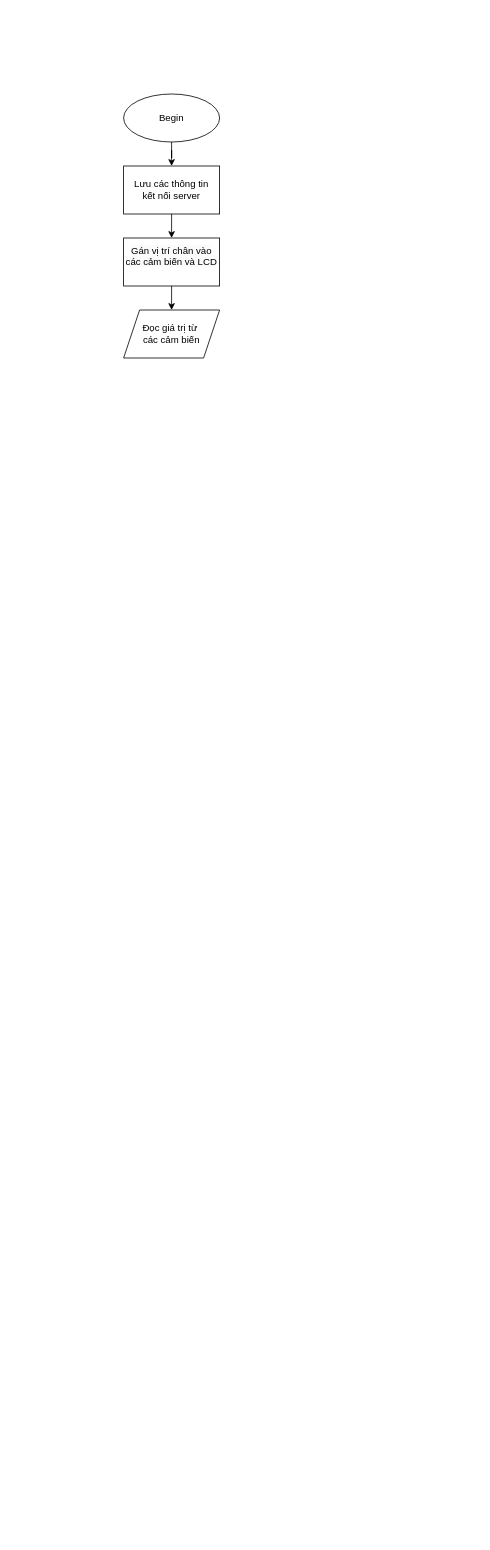
Earlier version of the draw.io diagram IoTB3_flowchart.drawio (itismedinh/itismedinh-github). Source tidied: cells renumbered, new cells numbered last; positions are measured from the earlier drawing's top-left corner, leaving out a move shared by most shapes. Both pictures are drawn from the tidied source at 80%, with x=0, y=0 at pixel (123, 94).
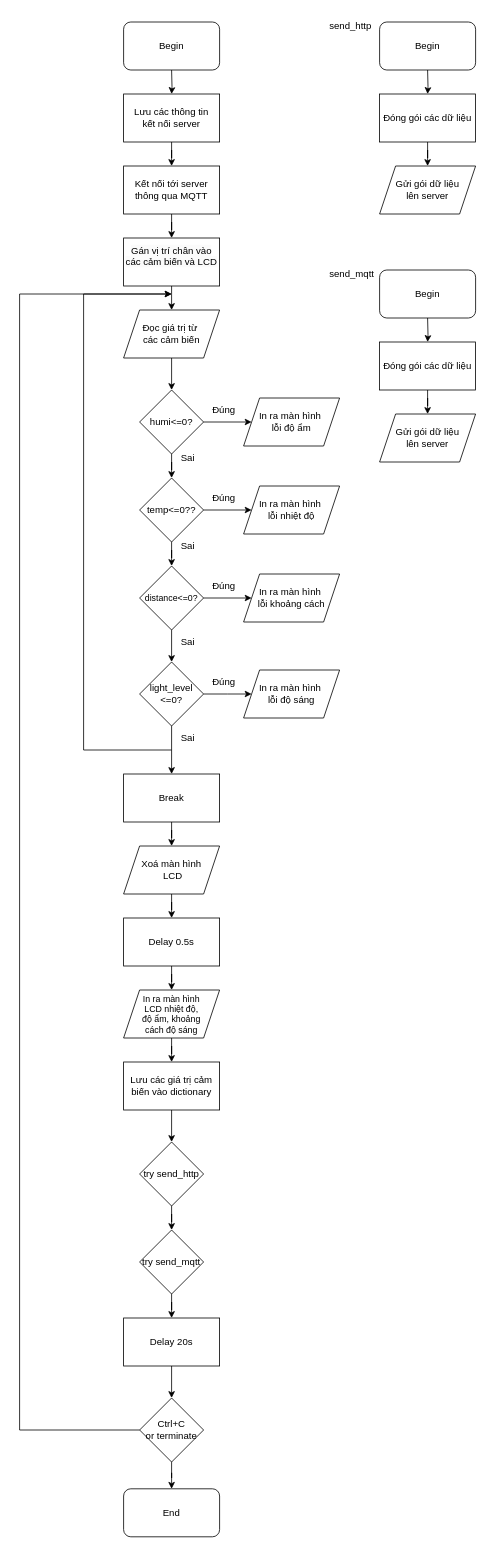
The same diagram, later.

The change refers to these unchanged cells:
```xml
<mxCell id="3" value="&#10;&lt;span style=&quot;color: rgb(0, 0, 0); font-family: Helvetica; font-size: 12px; font-style: normal; font-variant-ligatures: normal; font-variant-caps: normal; font-weight: 400; letter-spacing: normal; orphans: 2; text-align: center; text-indent: 0px; text-transform: none; widows: 2; word-spacing: 0px; -webkit-text-stroke-width: 0px; white-space: normal; background-color: rgb(251, 251, 251); text-decoration-thickness: initial; text-decoration-style: initial; text-decoration-color: initial; display: inline !important; float: none;&quot;&gt;Gán vị trí chân vào các cảm biến và LCD&lt;/span&gt;&#10;&#10;" style="rounded=0;whiteSpace=wrap;html=1;" parent="1" vertex="1">
  <mxGeometry y="180" width="120" height="60" as="geometry" />
</mxCell>
<mxCell id="8" value="Đọc giá trị&amp;nbsp;&lt;span style=&quot;background-color: initial;&quot;&gt;từ&amp;nbsp;&lt;/span&gt;&lt;div&gt;&lt;span style=&quot;background-color: initial;&quot;&gt;các cảm biến&lt;/span&gt;&lt;/div&gt;" style="shape=parallelogram;perimeter=parallelogramPerimeter;whiteSpace=wrap;html=1;fixedSize=1;" parent="1" vertex="1">
  <mxGeometry y="270" width="120" height="60" as="geometry" />
</mxCell>
```

What changed in the source:
```diff
@@
-    <mxCell id="2" style="edgeStyle=orthogonalEdgeStyle;rounded=0;jettySize=auto;html=1;" parent="1" edge="1" source="3">
-      <mxGeometry relative="1" as="geometry">
-        <mxPoint x="60" y="270" as="targetPoint" />
-      </mxGeometry>
-    </mxCell>
@@
-    <mxCell id="4" style="edgeStyle=orthogonalEdgeStyle;rounded=0;jettySize=auto;html=1;" parent="1" edge="1" source="5" target="3">
-      <mxGeometry relative="1" as="geometry">
-        <Array as="points">
-          <mxPoint x="60" y="160" />
-          <mxPoint x="60" y="160" />
-        </Array>
-      </mxGeometry>
-    </mxCell>
+    <mxCell id="9" style="edgeStyle=orthogonalEdgeStyle;rounded=0;jettySize=auto;html=1;" parent="1" edge="1" source="5" target="24">
+      <mxGeometry relative="1" as="geometry" />
+    </mxCell>
     <mxCell id="5" value="Lưu các thông tin&lt;div&gt;kết&amp;nbsp;&lt;span style=&quot;background-color: initial;&quot;&gt;nối server&lt;/span&gt;&lt;/div&gt;" style="rounded=0;whiteSpace=wrap;html=1;" parent="1" vertex="1">
-      <mxGeometry y="90" width="120" height="60" as="geometry" />
+      <mxGeometry width="120" height="60" as="geometry" />
     </mxCell>
-    <mxCell id="6" style="edgeStyle=orthogonalEdgeStyle;rounded=0;jettySize=auto;html=1;" parent="1" edge="1" source="7" target="5">
-      <mxGeometry relative="1" as="geometry" />
+    <mxCell id="6" style="edgeStyle=orthogonalEdgeStyle;rounded=0;jettySize=auto;html=1;" parent="1" edge="1" target="5">
+      <mxGeometry relative="1" as="geometry">
+        <mxPoint x="60" y="-30" as="sourcePoint" />
+      </mxGeometry>
     </mxCell>
-    <mxCell id="7" value="Begin" style="ellipse;whiteSpace=wrap;html=1;" parent="1" vertex="1">
-      <mxGeometry width="120" height="60" as="geometry" />
-    </mxCell>
+    <mxCell id="10" value="Begin" style="rounded=1;whiteSpace=wrap;html=1;" parent="1" vertex="1">
+      <mxGeometry y="-90" width="120" height="60" as="geometry" />
+    </mxCell>
+    <mxCell id="11" style="edgeStyle=orthogonalEdgeStyle;rounded=0;jettySize=auto;html=1;" parent="1" edge="1" source="12" target="16">
+      <mxGeometry relative="1" as="geometry" />
+    </mxCell>
+    <mxCell id="12" value="Đóng gói các dữ liệu" style="rounded=0;whiteSpace=wrap;html=1;" parent="1" vertex="1">
+      <mxGeometry x="320" width="120" height="60" as="geometry" />
+    </mxCell>
+    <mxCell id="13" style="edgeStyle=orthogonalEdgeStyle;rounded=0;jettySize=auto;html=1;" parent="1" edge="1" target="12">
+      <mxGeometry relative="1" as="geometry">
+        <mxPoint x="380" y="-30" as="sourcePoint" />
+      </mxGeometry>
+    </mxCell>
+    <mxCell id="14" value="Begin" style="rounded=1;whiteSpace=wrap;html=1;" parent="1" vertex="1">
+      <mxGeometry x="320" y="-90" width="120" height="60" as="geometry" />
+    </mxCell>
+    <mxCell id="15" value="send_http&amp;nbsp;" style="text;html=1;align=center;verticalAlign=middle;strokeColor=none;fillColor=none;" parent="1" vertex="1">
+      <mxGeometry x="245" y="-100" width="80" height="30" as="geometry" />
+    </mxCell>
+    <mxCell id="16" value="Gửi gói dữ liệu&lt;div&gt;lên server&lt;/div&gt;" style="shape=parallelogram;perimeter=parallelogramPerimeter;whiteSpace=wrap;html=1;fixedSize=1;" parent="1" vertex="1">
+      <mxGeometry x="320" y="90" width="120" height="60" as="geometry" />
+    </mxCell>
+    <mxCell id="17" style="edgeStyle=orthogonalEdgeStyle;rounded=0;jettySize=auto;html=1;" parent="1" edge="1" source="18" target="22">
+      <mxGeometry relative="1" as="geometry" />
+    </mxCell>
+    <mxCell id="18" value="Đóng gói các dữ liệu" style="rounded=0;whiteSpace=wrap;html=1;" parent="1" vertex="1">
+      <mxGeometry x="320" y="310" width="120" height="60" as="geometry" />
+    </mxCell>
+    <mxCell id="19" style="edgeStyle=orthogonalEdgeStyle;rounded=0;jettySize=auto;html=1;" parent="1" edge="1" target="18">
+      <mxGeometry relative="1" as="geometry">
+        <mxPoint x="380" y="280" as="sourcePoint" />
+      </mxGeometry>
+    </mxCell>
+    <mxCell id="20" value="Begin" style="rounded=1;whiteSpace=wrap;html=1;" parent="1" vertex="1">
+      <mxGeometry x="320" y="220" width="120" height="60" as="geometry" />
+    </mxCell>
+    <mxCell id="21" value="send_mqtt" style="text;html=1;align=center;verticalAlign=middle;strokeColor=none;fillColor=none;" parent="1" vertex="1">
+      <mxGeometry x="245" y="210" width="80" height="30" as="geometry" />
+    </mxCell>
+    <mxCell id="22" value="Gửi gói dữ liệu&lt;div&gt;lên server&lt;/div&gt;" style="shape=parallelogram;perimeter=parallelogramPerimeter;whiteSpace=wrap;html=1;fixedSize=1;" parent="1" vertex="1">
+      <mxGeometry x="320" y="400" width="120" height="60" as="geometry" />
+    </mxCell>
+    <mxCell id="23" style="edgeStyle=orthogonalEdgeStyle;rounded=0;jettySize=auto;html=1;" parent="1" edge="1" source="24" target="3">
+      <mxGeometry relative="1" as="geometry" />
+    </mxCell>
+    <mxCell id="24" value="Kết nối tới server&lt;div&gt;thông qua MQTT&lt;/div&gt;" style="rounded=0;whiteSpace=wrap;html=1;" parent="1" vertex="1">
+      <mxGeometry y="90" width="120" height="60" as="geometry" />
+    </mxCell>
+    <mxCell id="25" style="edgeStyle=orthogonalEdgeStyle;rounded=0;orthogonalLoop=1;jettySize=auto;html=1;" parent="1" edge="1">
+      <mxGeometry relative="1" as="geometry">
+        <mxPoint x="60" y="240" as="sourcePoint" />
+        <mxPoint x="60" y="270" as="targetPoint" />
+      </mxGeometry>
+    </mxCell>
+    <mxCell id="26" style="edgeStyle=orthogonalEdgeStyle;rounded=0;jettySize=auto;html=1;" parent="1" edge="1" source="8">
+      <mxGeometry relative="1" as="geometry">
+        <mxPoint x="60" y="370" as="targetPoint" />
+      </mxGeometry>
+    </mxCell>
@@
+    <mxCell id="27" style="edgeStyle=orthogonalEdgeStyle;rounded=0;jettySize=auto;html=1;" parent="1" edge="1" source="28" target="70">
+      <mxGeometry relative="1" as="geometry" />
+    </mxCell>
+    <mxCell id="28" value="Delay 20s" style="rounded=0;whiteSpace=wrap;html=1;" parent="1" vertex="1">
+      <mxGeometry y="1530" width="120" height="60" as="geometry" />
+    </mxCell>
+    <mxCell id="29" value="End" style="rounded=1;whiteSpace=wrap;html=1;" parent="1" vertex="1">
+      <mxGeometry y="1743.5" width="120" height="60" as="geometry" />
+    </mxCell>
+    <mxCell id="30" style="edgeStyle=orthogonalEdgeStyle;rounded=0;jettySize=auto;html=1;" parent="1" edge="1" source="31" target="40">
+      <mxGeometry relative="1" as="geometry" />
+    </mxCell>
+    <mxCell id="31" value="&lt;p style=&quot;line-height: 120%;&quot;&gt;&lt;font style=&quot;font-size: 11px;&quot;&gt;distance&amp;lt;=0?&lt;/font&gt;&lt;/p&gt;" style="rhombus;whiteSpace=wrap;html=1;" parent="1" vertex="1">
+      <mxGeometry x="20" y="590" width="80" height="80" as="geometry" />
+    </mxCell>
+    <mxCell id="32" style="edgeStyle=orthogonalEdgeStyle;rounded=0;jettySize=auto;html=1;" parent="1" edge="1" source="33" target="35">
+      <mxGeometry relative="1" as="geometry" />
+    </mxCell>
+    <mxCell id="33" value="humi&amp;lt;=0?" style="rhombus;whiteSpace=wrap;html=1;" parent="1" vertex="1">
+      <mxGeometry x="20" y="370" width="80" height="80" as="geometry" />
+    </mxCell>
+    <mxCell id="34" style="edgeStyle=orthogonalEdgeStyle;rounded=0;jettySize=auto;html=1;" parent="1" edge="1" source="35" target="31">
+      <mxGeometry relative="1" as="geometry" />
+    </mxCell>
+    <mxCell id="35" value="temp&amp;lt;=0??" style="rhombus;whiteSpace=wrap;html=1;" parent="1" vertex="1">
+      <mxGeometry x="20" y="480" width="80" height="80" as="geometry" />
+    </mxCell>
+    <mxCell id="36" style="edgeStyle=orthogonalEdgeStyle;rounded=0;jettySize=auto;html=1;" parent="1" edge="1" source="37" target="62">
+      <mxGeometry relative="1" as="geometry" />
+    </mxCell>
+    <mxCell id="37" value="Delay 0.5s" style="rounded=0;whiteSpace=wrap;html=1;" parent="1" vertex="1">
+      <mxGeometry y="1030" width="120" height="60" as="geometry" />
+    </mxCell>
+    <mxCell id="38" style="edgeStyle=orthogonalEdgeStyle;rounded=0;jettySize=auto;html=1;" parent="1" edge="1" source="40" target="42">
+      <mxGeometry relative="1" as="geometry">
+        <Array as="points">
+          <mxPoint x="60" y="820" />
+          <mxPoint x="60" y="820" />
+        </Array>
+      </mxGeometry>
+    </mxCell>
+    <mxCell id="39" style="edgeStyle=orthogonalEdgeStyle;rounded=0;jettySize=auto;html=1;" parent="1" edge="1" source="40">
+      <mxGeometry relative="1" as="geometry">
+        <mxPoint x="160" y="750" as="targetPoint" />
+      </mxGeometry>
+    </mxCell>
+    <mxCell id="40" value="light_level&lt;div&gt;&amp;lt;=0?&lt;/div&gt;" style="rhombus;whiteSpace=wrap;html=1;" parent="1" vertex="1">
+      <mxGeometry x="20" y="710" width="80" height="80" as="geometry" />
+    </mxCell>
+    <mxCell id="41" style="edgeStyle=orthogonalEdgeStyle;rounded=0;jettySize=auto;html=1;" parent="1" edge="1" source="42" target="60">
+      <mxGeometry relative="1" as="geometry" />
+    </mxCell>
+    <mxCell id="42" value="Break" style="rounded=0;whiteSpace=wrap;html=1;" parent="1" vertex="1">
+      <mxGeometry y="850" width="120" height="60" as="geometry" />
+    </mxCell>
+    <mxCell id="43" style="endArrow=classic;html=1;rounded=0;" parent="1" edge="1">
+      <mxGeometry relative="1" as="geometry">
+        <mxPoint x="60" y="820" as="sourcePoint" />
+        <mxPoint x="60" y="250" as="targetPoint" />
+        <Array as="points">
+          <mxPoint x="-50" y="820" />
+          <mxPoint x="-50" y="250" />
+        </Array>
+      </mxGeometry>
+    </mxCell>
+    <mxCell id="44" value="Sai" style="text;html=1;align=center;verticalAlign=middle;strokeColor=none;fillColor=none;" parent="1" vertex="1">
+      <mxGeometry x="60" y="790" width="40" height="30" as="geometry" />
+    </mxCell>
+    <mxCell id="45" value="Đúng" style="text;html=1;align=center;verticalAlign=middle;strokeColor=none;fillColor=none;" parent="1" vertex="1">
+      <mxGeometry x="100" y="720" width="50" height="30" as="geometry" />
+    </mxCell>
+    <mxCell id="46" style="edgeStyle=orthogonalEdgeStyle;rounded=0;orthogonalLoop=1;jettySize=auto;html=1;" parent="1" edge="1">
+      <mxGeometry relative="1" as="geometry">
+        <mxPoint x="100" y="630" as="sourcePoint" />
+        <mxPoint x="160" y="630" as="targetPoint" />
+      </mxGeometry>
+    </mxCell>
+    <mxCell id="47" value="Đúng" style="text;html=1;align=center;verticalAlign=middle;strokeColor=none;fillColor=none;" parent="1" vertex="1">
+      <mxGeometry x="100" y="600" width="50" height="30" as="geometry" />
+    </mxCell>
+    <mxCell id="48" style="edgeStyle=orthogonalEdgeStyle;rounded=0;orthogonalLoop=1;jettySize=auto;html=1;" parent="1" edge="1">
+      <mxGeometry relative="1" as="geometry">
+        <mxPoint x="100" y="520" as="sourcePoint" />
+        <mxPoint x="160" y="520" as="targetPoint" />
+      </mxGeometry>
+    </mxCell>
+    <mxCell id="49" value="Đúng" style="text;html=1;align=center;verticalAlign=middle;strokeColor=none;fillColor=none;" parent="1" vertex="1">
+      <mxGeometry x="100" y="490" width="50" height="30" as="geometry" />
+    </mxCell>
+    <mxCell id="50" style="edgeStyle=orthogonalEdgeStyle;rounded=0;orthogonalLoop=1;jettySize=auto;html=1;" parent="1" edge="1">
+      <mxGeometry relative="1" as="geometry">
+        <mxPoint x="100" y="410" as="sourcePoint" />
+        <mxPoint x="160" y="410" as="targetPoint" />
+      </mxGeometry>
+    </mxCell>
+    <mxCell id="51" value="Đúng" style="text;html=1;align=center;verticalAlign=middle;strokeColor=none;fillColor=none;" parent="1" vertex="1">
+      <mxGeometry x="100" y="380" width="50" height="30" as="geometry" />
+    </mxCell>
+    <mxCell id="52" value="Sai" style="text;html=1;align=center;verticalAlign=middle;strokeColor=none;fillColor=none;" parent="1" vertex="1">
+      <mxGeometry x="60" y="440" width="40" height="30" as="geometry" />
+    </mxCell>
+    <mxCell id="53" value="Sai" style="text;html=1;align=center;verticalAlign=middle;strokeColor=none;fillColor=none;" parent="1" vertex="1">
+      <mxGeometry x="60" y="550" width="40" height="30" as="geometry" />
+    </mxCell>
+    <mxCell id="54" value="Sai" style="text;html=1;align=center;verticalAlign=middle;strokeColor=none;fillColor=none;" parent="1" vertex="1">
+      <mxGeometry x="60" y="670" width="40" height="30" as="geometry" />
+    </mxCell>
+    <mxCell id="55" value="In ra màn hình&amp;nbsp;&lt;div&gt;lỗi độ ẩm&lt;/div&gt;" style="shape=parallelogram;perimeter=parallelogramPerimeter;whiteSpace=wrap;html=1;fixedSize=1;" parent="1" vertex="1">
+      <mxGeometry x="150" y="380" width="120" height="60" as="geometry" />
+    </mxCell>
+    <mxCell id="56" value="In ra màn hình&amp;nbsp;&lt;div&gt;lỗi độ sáng&lt;/div&gt;" style="shape=parallelogram;perimeter=parallelogramPerimeter;whiteSpace=wrap;html=1;fixedSize=1;" parent="1" vertex="1">
+      <mxGeometry x="150" y="720" width="120" height="60" as="geometry" />
+    </mxCell>
+    <mxCell id="57" value="In ra màn hình&amp;nbsp;&lt;div&gt;lỗi nhiệt độ&lt;/div&gt;" style="shape=parallelogram;perimeter=parallelogramPerimeter;whiteSpace=wrap;html=1;fixedSize=1;" parent="1" vertex="1">
+      <mxGeometry x="150" y="490" width="120" height="60" as="geometry" />
+    </mxCell>
+    <mxCell id="58" value="In ra màn hình&amp;nbsp;&lt;div&gt;lỗi khoảng cách&lt;/div&gt;" style="shape=parallelogram;perimeter=parallelogramPerimeter;whiteSpace=wrap;html=1;fixedSize=1;" parent="1" vertex="1">
+      <mxGeometry x="150" y="600" width="120" height="60" as="geometry" />
+    </mxCell>
+    <mxCell id="59" style="edgeStyle=orthogonalEdgeStyle;rounded=0;jettySize=auto;html=1;" parent="1" edge="1" source="60" target="37">
+      <mxGeometry relative="1" as="geometry" />
+    </mxCell>
+    <mxCell id="60" value="Xoá màn hình&lt;div&gt;&amp;nbsp;LCD&lt;/div&gt;" style="shape=parallelogram;perimeter=parallelogramPerimeter;whiteSpace=wrap;html=1;fixedSize=1;" parent="1" vertex="1">
+      <mxGeometry y="940" width="120" height="60" as="geometry" />
+    </mxCell>
+    <mxCell id="61" style="edgeStyle=orthogonalEdgeStyle;rounded=0;jettySize=auto;html=1;" parent="1" edge="1" source="62" target="64">
+      <mxGeometry relative="1" as="geometry" />
+    </mxCell>
+    <mxCell id="62" value="&lt;font style=&quot;font-size: 11px;&quot;&gt;In ra màn hình&lt;/font&gt;&lt;div style=&quot;font-size: 11px;&quot;&gt;&lt;font style=&quot;font-size: 11px;&quot;&gt;LCD nhiệt độ,&lt;/font&gt;&lt;/div&gt;&lt;div style=&quot;font-size: 11px;&quot;&gt;&lt;font style=&quot;font-size: 11px;&quot;&gt;độ ẩm, khoảng&lt;/font&gt;&lt;/div&gt;&lt;div style=&quot;font-size: 11px;&quot;&gt;&lt;font style=&quot;font-size: 11px;&quot;&gt;cách&amp;nbsp;&lt;/font&gt;&lt;span style=&quot;background-color: initial;&quot;&gt;độ sáng&lt;/span&gt;&lt;/div&gt;" style="shape=parallelogram;perimeter=parallelogramPerimeter;whiteSpace=wrap;html=1;fixedSize=1;" parent="1" vertex="1">
+      <mxGeometry y="1120" width="120" height="60" as="geometry" />
+    </mxCell>
+    <mxCell id="63" style="edgeStyle=orthogonalEdgeStyle;rounded=0;jettySize=auto;html=1;" parent="1" edge="1" source="64">
+      <mxGeometry relative="1" as="geometry">
+        <mxPoint x="60" y="1310" as="targetPoint" />
+      </mxGeometry>
+    </mxCell>
+    <mxCell id="64" value="Lưu các giá trị cảm&lt;div&gt;biến vào dictionary&lt;/div&gt;" style="whiteSpace=wrap;html=1;" parent="1" vertex="1">
+      <mxGeometry y="1210" width="120" height="60" as="geometry" />
+    </mxCell>
+    <mxCell id="65" style="edgeStyle=orthogonalEdgeStyle;rounded=0;jettySize=auto;html=1;" parent="1" edge="1" source="66" target="68">
+      <mxGeometry relative="1" as="geometry" />
+    </mxCell>
+    <mxCell id="66" value="try send_http" style="rhombus;whiteSpace=wrap;html=1;" parent="1" vertex="1">
+      <mxGeometry x="20" y="1310" width="80" height="80" as="geometry" />
+    </mxCell>
+    <mxCell id="67" style="edgeStyle=orthogonalEdgeStyle;rounded=0;jettySize=auto;html=1;" parent="1" edge="1" source="68" target="28">
+      <mxGeometry relative="1" as="geometry" />
+    </mxCell>
+    <mxCell id="68" value="try send_mqtt" style="rhombus;whiteSpace=wrap;html=1;" parent="1" vertex="1">
+      <mxGeometry x="20" y="1420" width="80" height="80" as="geometry" />
+    </mxCell>
+    <mxCell id="69" style="edgeStyle=orthogonalEdgeStyle;rounded=0;jettySize=auto;html=1;" parent="1" edge="1" source="70" target="29">
+      <mxGeometry relative="1" as="geometry" />
+    </mxCell>
+    <mxCell id="70" value="Ctrl+C&lt;div&gt;or terminate&lt;/div&gt;" style="rhombus;whiteSpace=wrap;html=1;" parent="1" vertex="1">
+      <mxGeometry x="20" y="1630" width="80" height="80" as="geometry" />
+    </mxCell>
+    <mxCell id="71" style="endArrow=classic;html=1;rounded=0;exitX=0;exitY=0.5;exitDx=0;exitDy=0;" parent="1" edge="1">
+      <mxGeometry relative="1" as="geometry">
+        <mxPoint x="20" y="1670" as="sourcePoint" />
+        <mxPoint x="60" y="250" as="targetPoint" />
+        <Array as="points">
+          <mxPoint x="-130" y="1670" />
+          <mxPoint x="-130" y="250" />
+        </Array>
+      </mxGeometry>
+    </mxCell>
```
